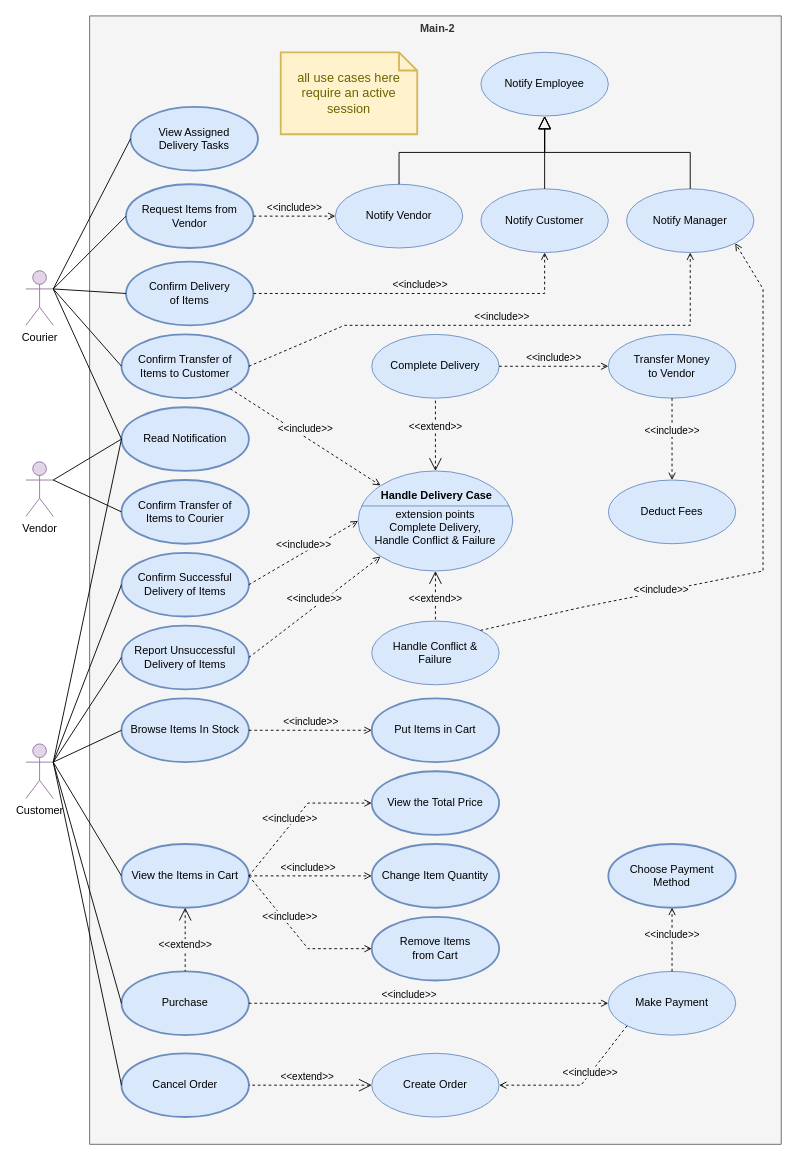
Earlier version of the draw.io diagram page "Main-2" (4 of 5) of software requirement/design/Use Case Diagram.drawio (nati-esh-zed/online_shopping_webapp). Source tidied: cells renumbered, new cells numbered last; positions are measured from the earlier drawing's top-left corner, leaving out a move shared by most shapes. Both pictures are drawn from the tidied source at 91%, with x=0, y=0 at pixel (25, 15).
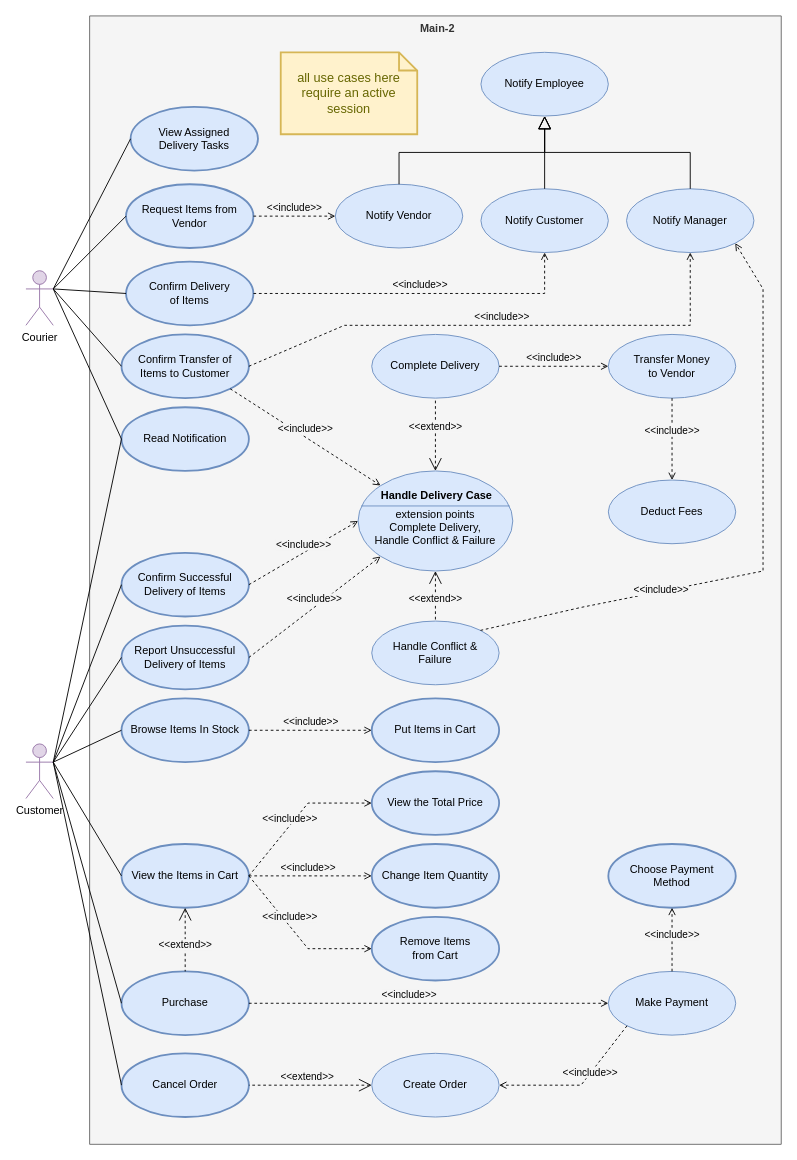
After the change.

Commit message (it also covers changes not shown here):
update use-case diagram and ER diagram and SRS

The change refers to these unchanged cells:
```xml
<mxCell id="22" value="Read Notification" style="ellipse;whiteSpace=wrap;html=1;fillColor=#dae8fc;strokeColor=#6c8ebf;strokeWidth=2;" parent="1" vertex="1">
  <mxGeometry x="105" y="430" width="140" height="70" as="geometry" />
</mxCell>
```

What changed in the source:
```diff
@@
-    <mxCell id="5" value="Vendor" style="shape=umlActor;html=1;verticalLabelPosition=bottom;verticalAlign=top;align=center;fillColor=#e1d5e7;strokeColor=#9673a6;" parent="1" vertex="1">
-      <mxGeometry y="490" width="30" height="60" as="geometry" />
-    </mxCell>
@@
-    <mxCell id="11" style="edgeStyle=none;html=1;endArrow=none;verticalAlign=bottom;rounded=0;exitX=1;exitY=0.3333333333333333;exitDx=0;exitDy=0;entryX=0;entryY=0.5;entryDx=0;entryDy=0;exitPerimeter=0;" parent="1" edge="1" source="5" target="22">
-      <mxGeometry relative="1" as="geometry" />
-    </mxCell>
@@
-    <mxCell id="27" value="Confirm Transfer of &lt;br&gt;Items to Courier" style="ellipse;whiteSpace=wrap;html=1;fillColor=#dae8fc;strokeColor=#6c8ebf;strokeWidth=2;" parent="1" vertex="1">
-      <mxGeometry x="105" y="510" width="140" height="70" as="geometry" />
-    </mxCell>
-    <mxCell id="28" style="edgeStyle=none;html=1;endArrow=none;verticalAlign=bottom;rounded=0;exitX=1;exitY=0.3333333333333333;exitDx=0;exitDy=0;entryX=0;entryY=0.5;entryDx=0;entryDy=0;exitPerimeter=0;" parent="1" edge="1" source="5" target="27">
-      <mxGeometry relative="1" as="geometry" />
-    </mxCell>
```
